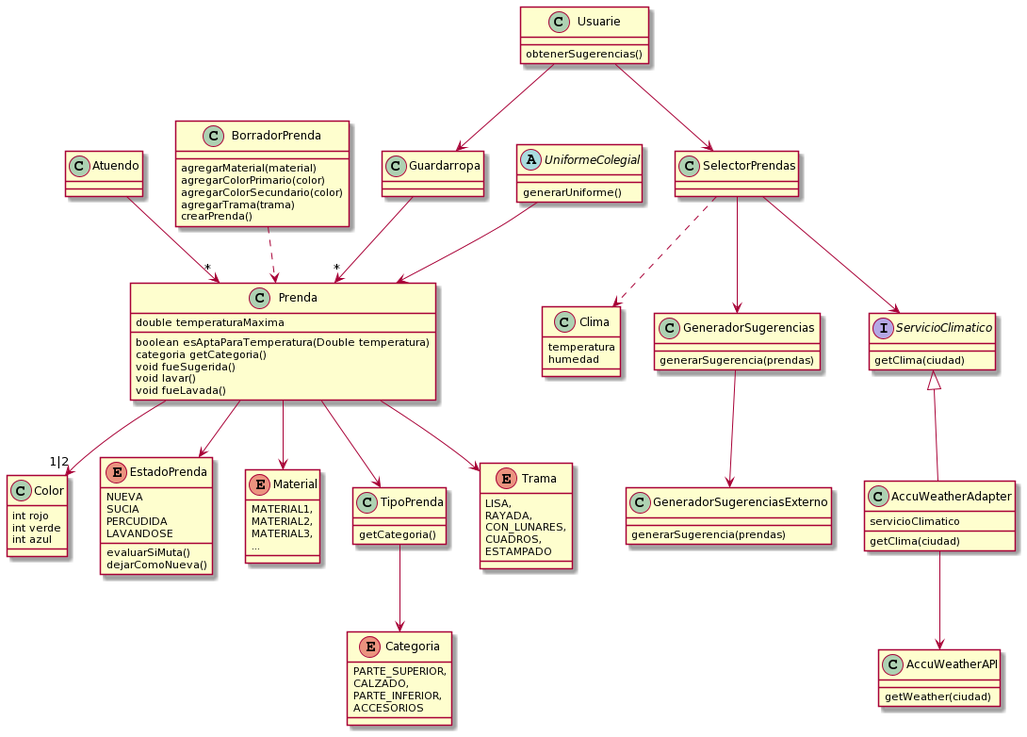
Earlier version of the PlantUML export uml-qmp.png (NPeykov/dds-qmp).
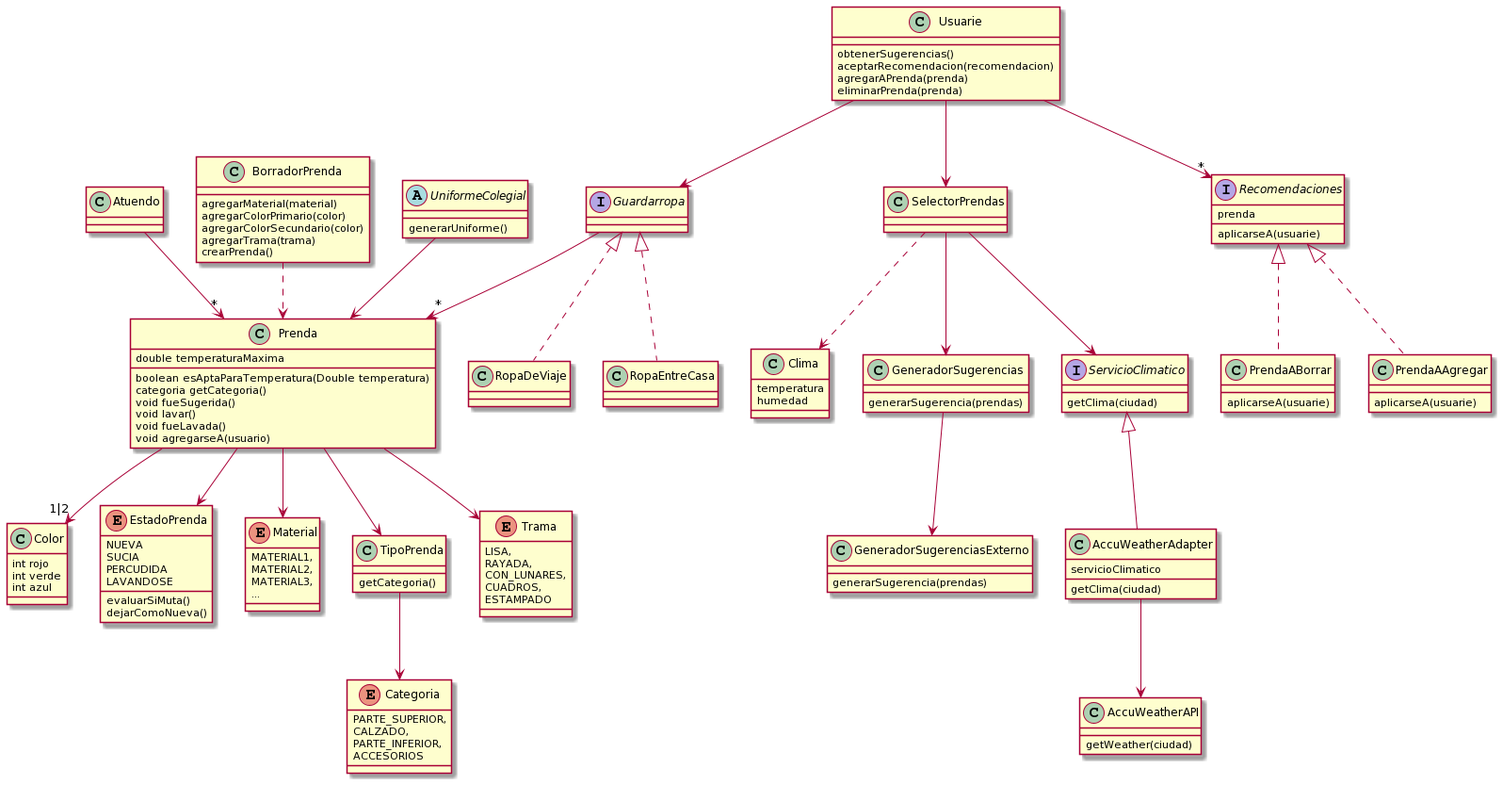
Later version of the same file.

The edit, as a diff of the source:
```diff
@@ -7,6 +7,7 @@
   void fueSugerida()
   void lavar()
   void fueLavada()
+  void agregarseA(usuario)
 }
 class AccuWeatherAdapter{
   servicioClimatico
@@ -54,7 +55,13 @@
 class GeneradorSugerenciasExterno{
   generarSugerencia(prendas)
 }
-class Guardarropa
+interface Guardarropa{
+
+}
+
+class RopaDeViaje{}
+class RopaEntreCasa{}
+
 enum Material{
   MATERIAL1,
   MATERIAL2,
@@ -78,8 +85,27 @@
 abstract UniformeColegial{
   generarUniforme()
 }
+
 class Usuarie{
+
   obtenerSugerencias()
+  aceptarRecomendacion(recomendacion)
+  agregarAPrenda(prenda)
+  eliminarPrenda(prenda)
+
+}
+
+interface Recomendaciones{
+  prenda
+  aplicarseA(usuarie)
+}
+
+class PrendaABorrar{
+  aplicarseA(usuarie)
+}
+
+class PrendaAAgregar{
+  aplicarseA(usuarie)
 }
 
 Prenda --> TipoPrenda
@@ -100,4 +126,9 @@
 GeneradorSugerencias --> GeneradorSugerenciasExterno
 SelectorPrendas ..> Clima
 UniformeColegial --> Prenda
+Guardarropa <|.. RopaDeViaje
+Guardarropa <|.. RopaEntreCasa
+Usuarie -->"*" Recomendaciones
+Recomendaciones <|.. PrendaAAgregar
+Recomendaciones <|.. PrendaABorrar
 @enduml
```
